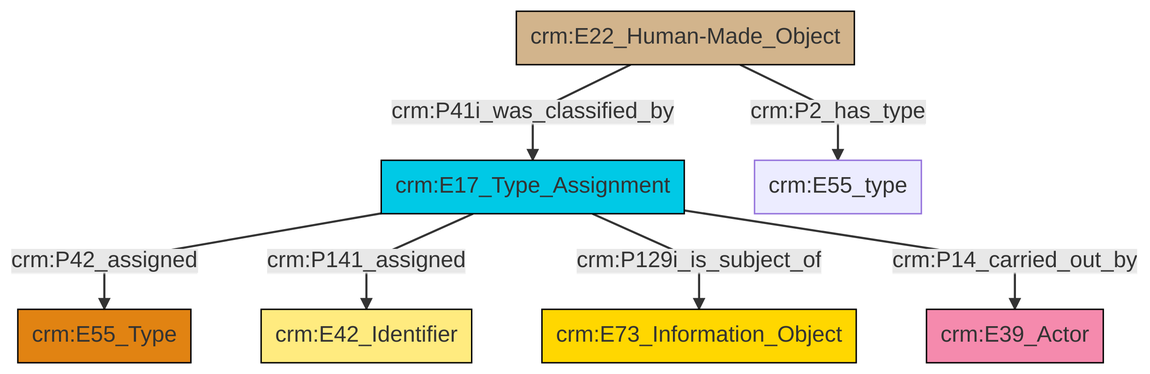
Before: et/builtWorkCSV/ttl/mmd/png/Built_Work_designation_status.png, a diagram exported from Mermaid (swiss-art-research-net/reference-data-models). Its source is kept beside it as et/builtWorkCSV/ttl/mmd/Built_Work_designation_status.ttl.mmd.
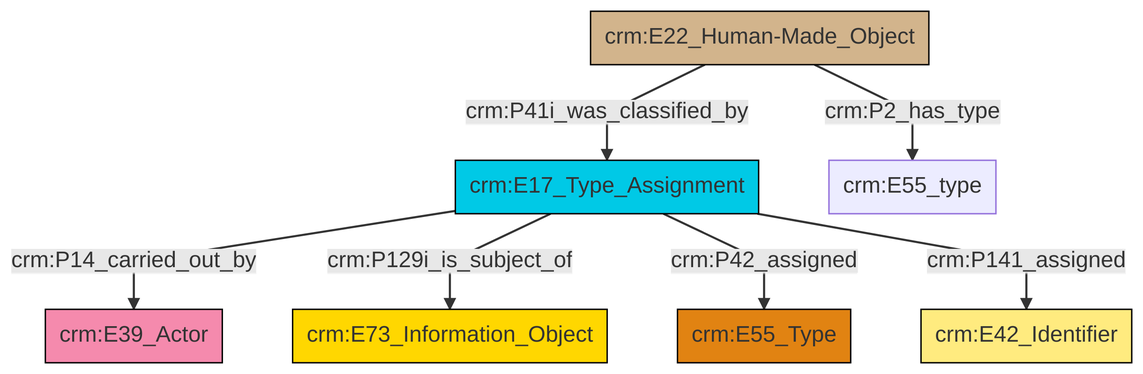
Later version of the same file.

Diff of the diagram source:
```diff
@@ -13,9 +13,9 @@
 classDef PC_Classes fill:#4ce600, stroke:#000000;
 classDef Multi fill:#cccccc,stroke:#000000;
 
-0["crm:E17_Type_Assignment"]:::Temporal_Entity -->|crm:P42_assigned| 1["crm:E55_Type"]:::Type
-2["crm:E22_Human-Made_Object"]:::Physical_Thing -->|crm:P2_has_type| 3["crm:E55_type"]:::Default
-0["crm:E17_Type_Assignment"]:::Temporal_Entity -->|crm:P141_assigned| 5["crm:E42_Identifier"]:::Appellation
-2["crm:E22_Human-Made_Object"]:::Physical_Thing -->|crm:P41i_was_classified_by| 0["crm:E17_Type_Assignment"]:::Temporal_Entity
-0["crm:E17_Type_Assignment"]:::Temporal_Entity -->|crm:P129i_is_subject_of| 7["crm:E73_Information_Object"]:::Conceptual_Object
-0["crm:E17_Type_Assignment"]:::Temporal_Entity -->|crm:P14_carried_out_by| 10["crm:E39_Actor"]:::Actor
+2["crm:E17_Type_Assignment"]:::Temporal_Entity -->|crm:P14_carried_out_by| 0["crm:E39_Actor"]:::Actor
+2["crm:E17_Type_Assignment"]:::Temporal_Entity -->|crm:P129i_is_subject_of| 4["crm:E73_Information_Object"]:::Conceptual_Object
+2["crm:E17_Type_Assignment"]:::Temporal_Entity -->|crm:P42_assigned| 5["crm:E55_Type"]:::Type
+8["crm:E22_Human-Made_Object"]:::Physical_Thing -->|crm:P41i_was_classified_by| 2["crm:E17_Type_Assignment"]:::Temporal_Entity
+2["crm:E17_Type_Assignment"]:::Temporal_Entity -->|crm:P141_assigned| 10["crm:E42_Identifier"]:::Appellation
+8["crm:E22_Human-Made_Object"]:::Physical_Thing -->|crm:P2_has_type| 12["crm:E55_type"]:::Default
```
